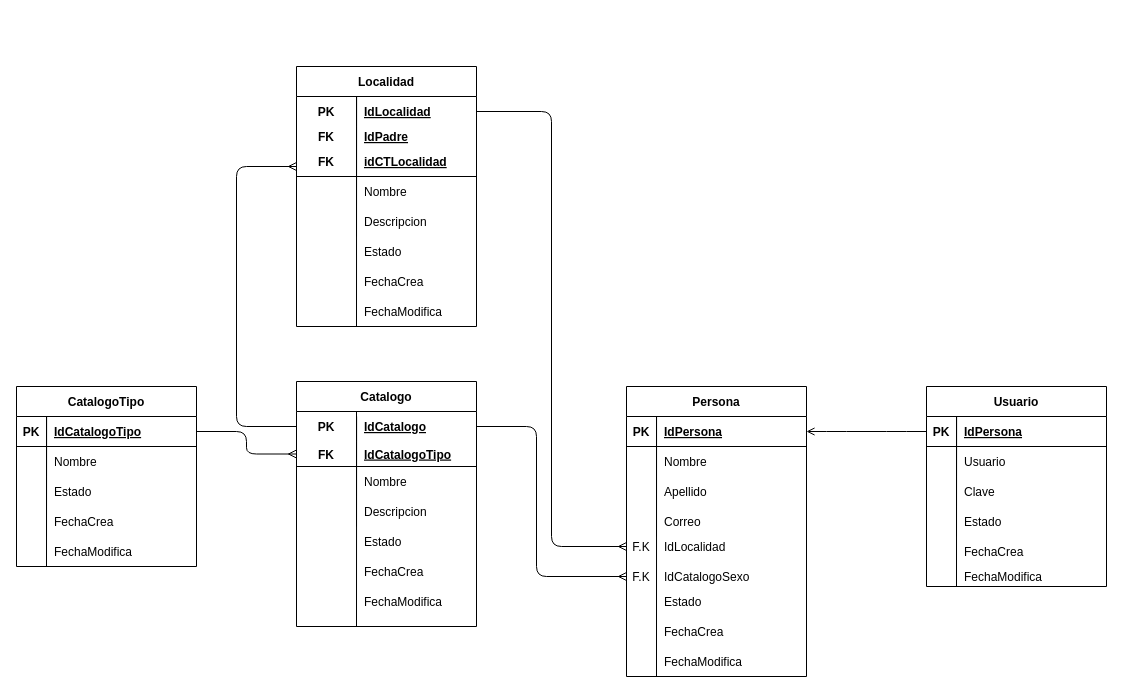
The draw.io diagram desing/MERProyecto.drawio in venuzBG/ProyectoFinal, before the edit. Source tidied: cells renumbered, new cells numbered last; positions are measured from the earlier drawing's top-left corner, leaving out a move shared by most shapes. Both pictures are drawn from the tidied source at 100%, with x=0, y=0 at pixel (16, 66).
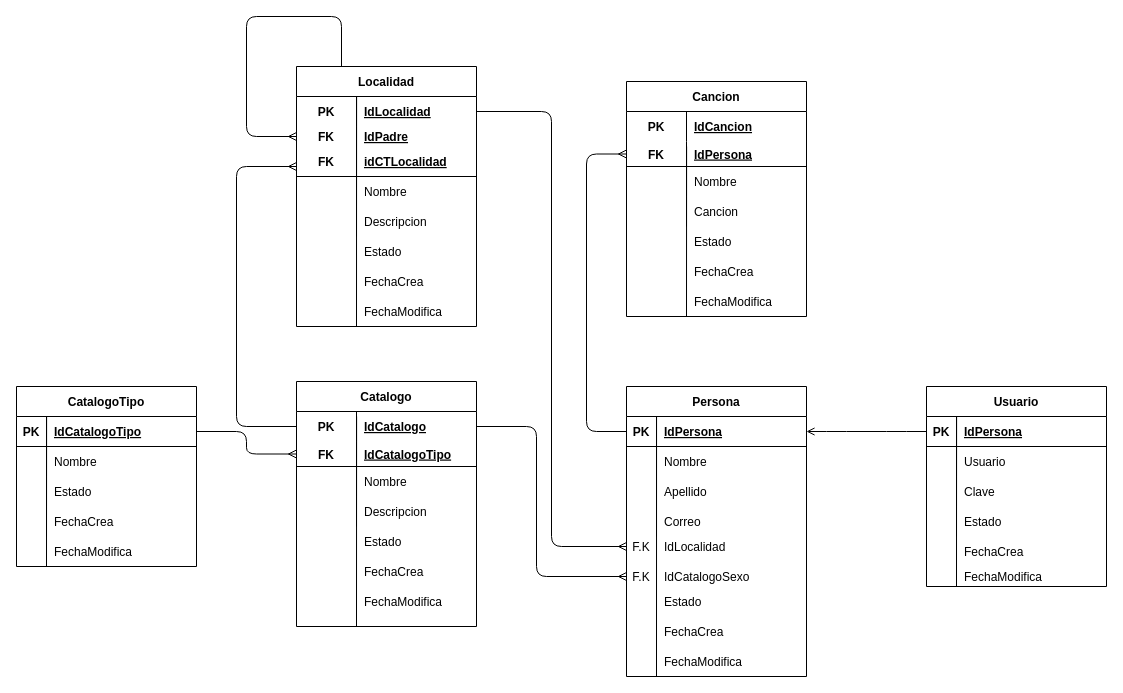
After the change.

Commit message:
DiagramaMER Sebastian Oña

Unchanged cells that the change refers to:
```xml
<mxCell id="3" style="shape=tableRow;horizontal=0;startSize=0;swimlaneHead=0;swimlaneBody=0;fillColor=none;points=[[0,0.5],[1,0.5]];portConstraint=eastwest;top=0;left=0;right=0;bottom=1;" parent="2" vertex="1">
  <mxGeometry y="30" width="180" height="30" as="geometry" />
</mxCell>
<mxCell id="57" value="Localidad" style="shape=table;startSize=30;childLayout=tableLayout;rowLines=0;fontStyle=1;align=center;" parent="1" vertex="1">
  <mxGeometry x="280" width="180" height="260" as="geometry" />
</mxCell>
```

Diff of the diagram source:
```diff
@@
+    <mxCell id="99" value="FechaCrea" style="shape=partialRectangle;fillColor=none;top=0;left=0;bottom=0;right=0;align=left;spacingLeft=6;overflow=hidden;" parent="1" vertex="1">
+      <mxGeometry x="670" y="190" width="120" height="30" as="geometry" />
+    </mxCell>
+    <mxCell id="100" value="FechaModifica" style="shape=partialRectangle;fillColor=none;top=0;left=0;bottom=0;right=0;align=left;spacingLeft=6;overflow=hidden;" parent="1" vertex="1">
+      <mxGeometry x="670" y="220" width="120" height="30" as="geometry" />
+    </mxCell>
+    <mxCell id="101" value="Cancion" style="shape=table;startSize=30;childLayout=tableLayout;rowLines=0;fontStyle=1;align=center;" parent="1" vertex="1">
+      <mxGeometry x="610" y="15" width="180" height="235" as="geometry" />
+    </mxCell>
+    <mxCell id="102" style="shape=tableRow;horizontal=0;startSize=0;swimlaneHead=0;swimlaneBody=0;fillColor=none;top=0;left=0;right=0;bottom=0;" parent="101" vertex="1">
+      <mxGeometry y="30" width="180" height="30" as="geometry" />
+    </mxCell>
+    <mxCell id="103" value="PK" style="shape=partialRectangle;fillColor=none;top=0;left=0;bottom=0;right=0;fontStyle=1;overflow=hidden;" parent="102" vertex="1">
+      <mxGeometry width="60" height="30" as="geometry" />
+    </mxCell>
+    <mxCell id="104" value="IdCancion" style="shape=partialRectangle;fillColor=none;top=0;left=0;bottom=0;right=0;align=left;spacingLeft=6;fontStyle=5;overflow=hidden;" parent="102" vertex="1">
+      <mxGeometry x="60" width="120" height="30" as="geometry" />
+    </mxCell>
+    <mxCell id="105" style="shape=tableRow;horizontal=0;startSize=0;swimlaneHead=0;swimlaneBody=0;fillColor=none;points=[[0,0.5],[1,0.5]];portConstraint=eastwest;top=0;left=0;right=0;bottom=1;" parent="101" vertex="1">
+      <mxGeometry y="60" width="180" height="25" as="geometry" />
+    </mxCell>
+    <mxCell id="106" value="FK" style="shape=partialRectangle;fillColor=none;top=0;left=0;bottom=0;right=0;fontStyle=1;overflow=hidden;" parent="105" vertex="1">
+      <mxGeometry width="60" height="25" as="geometry" />
+    </mxCell>
+    <mxCell id="107" value="IdPersona" style="shape=partialRectangle;fillColor=none;top=0;left=0;bottom=0;right=0;align=left;spacingLeft=6;fontStyle=5;overflow=hidden;" parent="105" vertex="1">
+      <mxGeometry x="60" width="120" height="25" as="geometry" />
+    </mxCell>
+    <mxCell id="108" style="shape=tableRow;horizontal=0;startSize=0;swimlaneHead=0;swimlaneBody=0;fillColor=none;top=0;left=0;right=0;bottom=0;" parent="101" vertex="1">
+      <mxGeometry y="85" width="180" height="30" as="geometry" />
+    </mxCell>
+    <mxCell id="109" style="shape=partialRectangle;fillColor=none;top=0;left=0;bottom=0;right=0;overflow=hidden;" parent="108" vertex="1">
+      <mxGeometry width="60" height="30" as="geometry" />
+    </mxCell>
+    <mxCell id="110" value="Nombre" style="shape=partialRectangle;fillColor=none;top=0;left=0;bottom=0;right=0;align=left;spacingLeft=6;overflow=hidden;" parent="108" vertex="1">
+      <mxGeometry x="60" width="120" height="30" as="geometry" />
+    </mxCell>
+    <mxCell id="111" style="shape=tableRow;horizontal=0;startSize=0;swimlaneHead=0;swimlaneBody=0;fillColor=none;top=0;left=0;right=0;bottom=0;" parent="101" vertex="1">
+      <mxGeometry y="115" width="180" height="30" as="geometry" />
+    </mxCell>
+    <mxCell id="112" style="shape=partialRectangle;fillColor=none;top=0;left=0;bottom=0;right=0;overflow=hidden;" parent="111" vertex="1">
+      <mxGeometry width="60" height="30" as="geometry" />
+    </mxCell>
+    <mxCell id="113" value="Cancion" style="shape=partialRectangle;fillColor=none;top=0;left=0;bottom=0;right=0;align=left;spacingLeft=6;overflow=hidden;" parent="111" vertex="1">
+      <mxGeometry x="60" width="120" height="30" as="geometry" />
+    </mxCell>
+    <mxCell id="114" value="Estado" style="shape=partialRectangle;fillColor=none;top=0;left=0;bottom=0;right=0;align=left;spacingLeft=6;overflow=hidden;" parent="1" vertex="1">
+      <mxGeometry x="670" y="160" width="120" height="30" as="geometry" />
+    </mxCell>
+    <mxCell id="115" style="endArrow=none;html=1;rounded=0;exitX=0.167;exitY=0;exitDx=0;exitDy=0;exitPerimeter=0;" parent="1" edge="1">
+      <mxGeometry relative="1" as="geometry">
+        <mxPoint x="670.1" y="80" as="sourcePoint" />
+        <mxPoint x="670" y="250" as="targetPoint" />
+      </mxGeometry>
+    </mxCell>
+    <mxCell id="116" style="edgeStyle=orthogonalEdgeStyle;fontSize=12;html=1;endArrow=ERmany;entryX=0;entryY=0.5;entryDx=0;entryDy=0;exitX=0;exitY=0.5;exitDx=0;exitDy=0;" parent="1" edge="1" source="3" target="105">
+      <mxGeometry relative="1" as="geometry">
+        <Array as="points">
+          <mxPoint x="570" y="365" />
+          <mxPoint x="570" y="88" />
+        </Array>
+      </mxGeometry>
+    </mxCell>
+    <mxCell id="117" style="edgeStyle=orthogonalEdgeStyle;fontSize=12;html=1;endArrow=ERmany;exitX=0.25;exitY=0;exitDx=0;exitDy=0;" parent="1" edge="1" source="57">
+      <mxGeometry relative="1" as="geometry">
+        <mxPoint x="280" y="70" as="targetPoint" />
+        <Array as="points">
+          <mxPoint x="325" y="-50" />
+          <mxPoint x="230" y="-50" />
+          <mxPoint x="230" y="70" />
+        </Array>
+      </mxGeometry>
+    </mxCell>
```
